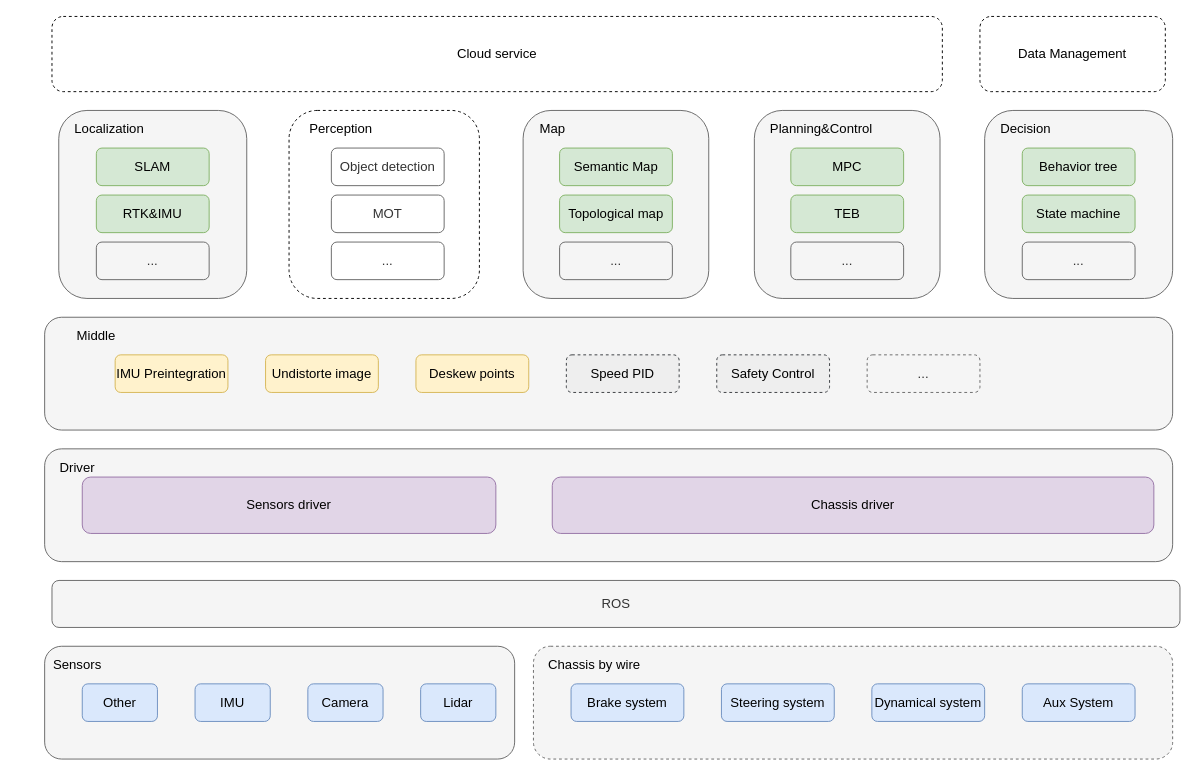
Above: ADU_system_structure.drawio in mMikaa00/For_draw_io (draw.io), before the change. Source tidied: cells renumbered, new cells numbered last; positions are measured from the earlier drawing's top-left corner, leaving out a move shared by most shapes. Both pictures are drawn from the tidied source at 94%, with x=0, y=0 at pixel (16, 16).
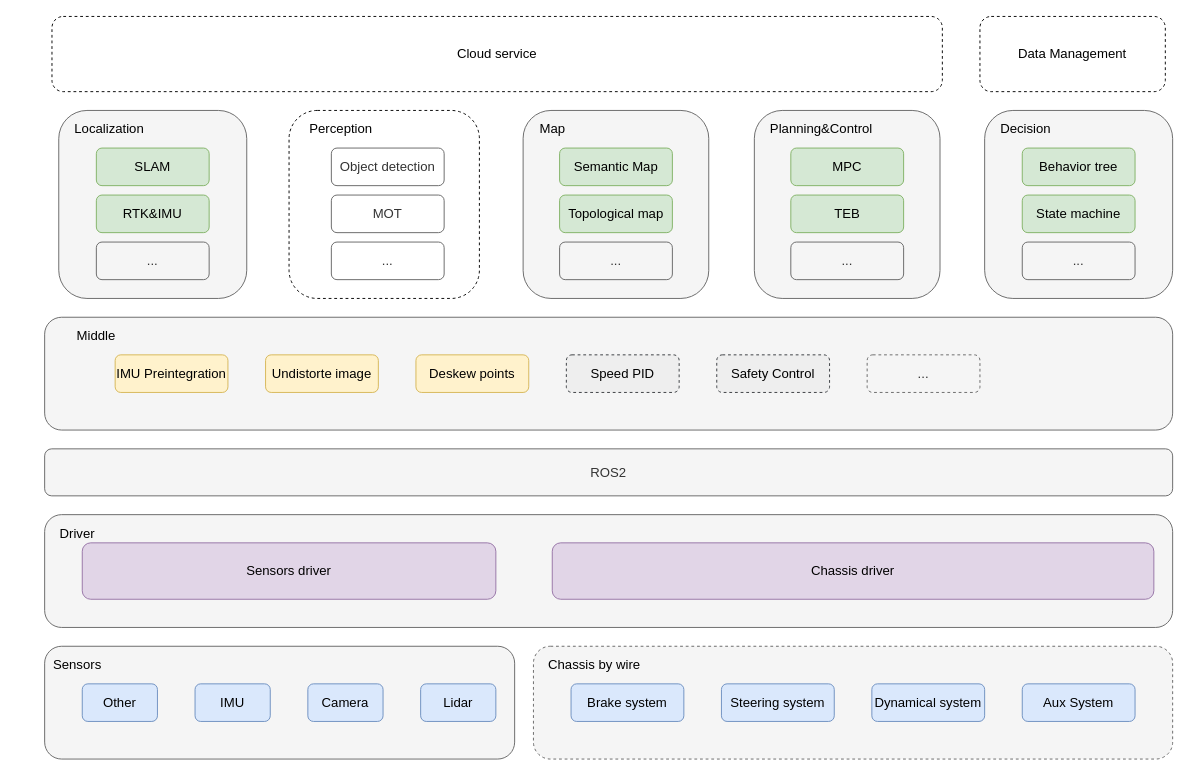
Above is the later version.

Change to the diagram source:
```diff
@@
     <mxCell id="14" style="rounded=1;whiteSpace=wrap;html=1;fontSize=14;fillColor=#f5f5f5;strokeColor=#666666;fontColor=#333333;" parent="1" vertex="1">
-      <mxGeometry x="30" y="460" width="1200" height="120" as="geometry" />
+      <mxGeometry x="30" y="530" width="1200" height="120" as="geometry" />
     </mxCell>
     <mxCell id="15" value="Chassis driver" style="rounded=1;whiteSpace=wrap;html=1;fontSize=14;fillColor=#e1d5e7;strokeColor=#9673a6;" parent="1" vertex="1">
-      <mxGeometry x="570" y="490" width="640" height="60" as="geometry" />
+      <mxGeometry x="570" y="560" width="640" height="60" as="geometry" />
     </mxCell>
     <mxCell id="16" value="Sensors driver" style="rounded=1;whiteSpace=wrap;html=1;fontSize=14;fillColor=#e1d5e7;strokeColor=#9673a6;" parent="1" vertex="1">
-      <mxGeometry x="70" y="490" width="440" height="60" as="geometry" />
+      <mxGeometry x="70" y="560" width="440" height="60" as="geometry" />
     </mxCell>
     <mxCell id="17" value="Driver" style="text;html=1;strokeColor=none;fillColor=none;align=center;verticalAlign=middle;whiteSpace=wrap;rounded=0;dashed=1;fontSize=14;" parent="1" vertex="1">
-      <mxGeometry y="470" width="130" height="20" as="geometry" />
+      <mxGeometry y="540" width="130" height="20" as="geometry" />
     </mxCell>
@@
-    <mxCell id="51" value="ROS" style="rounded=1;whiteSpace=wrap;html=1;fontSize=14;fillColor=#f5f5f5;strokeColor=#666666;fontColor=#333333;" parent="1" vertex="1">
-      <mxGeometry x="37.8" y="600" width="1200" height="50" as="geometry" />
+    <mxCell id="51" value="ROS2" style="rounded=1;whiteSpace=wrap;html=1;fontSize=14;fillColor=#f5f5f5;strokeColor=#666666;fontColor=#333333;" parent="1" vertex="1">
+      <mxGeometry x="30" y="460" width="1200" height="50" as="geometry" />
     </mxCell>
```
